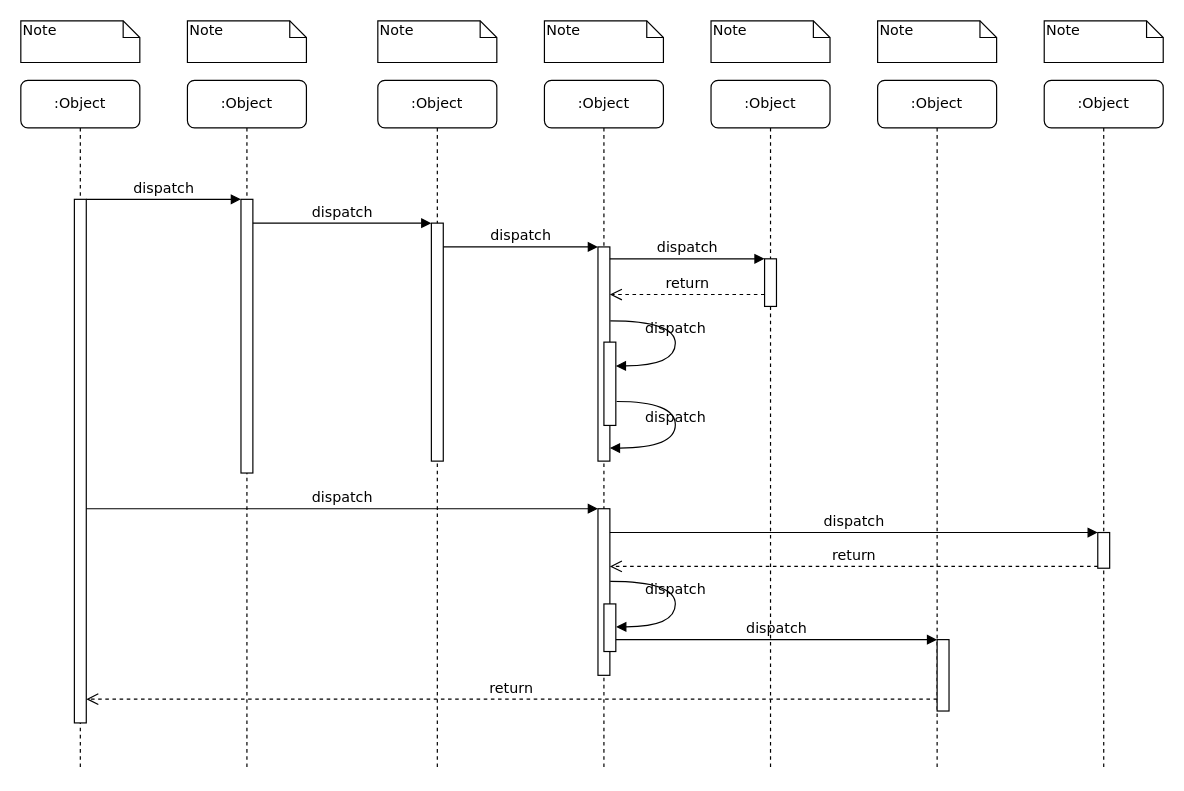
Earlier version of the draw.io diagram Untitled Diagram.drawio (sosogengdongni/wht_k8s). Source tidied: cells renumbered, new cells numbered last; positions are measured from the earlier drawing's top-left corner, leaving out a move shared by most shapes. Both pictures are drawn from the tidied source at 119%, with x=0, y=0 at pixel (20, 20).
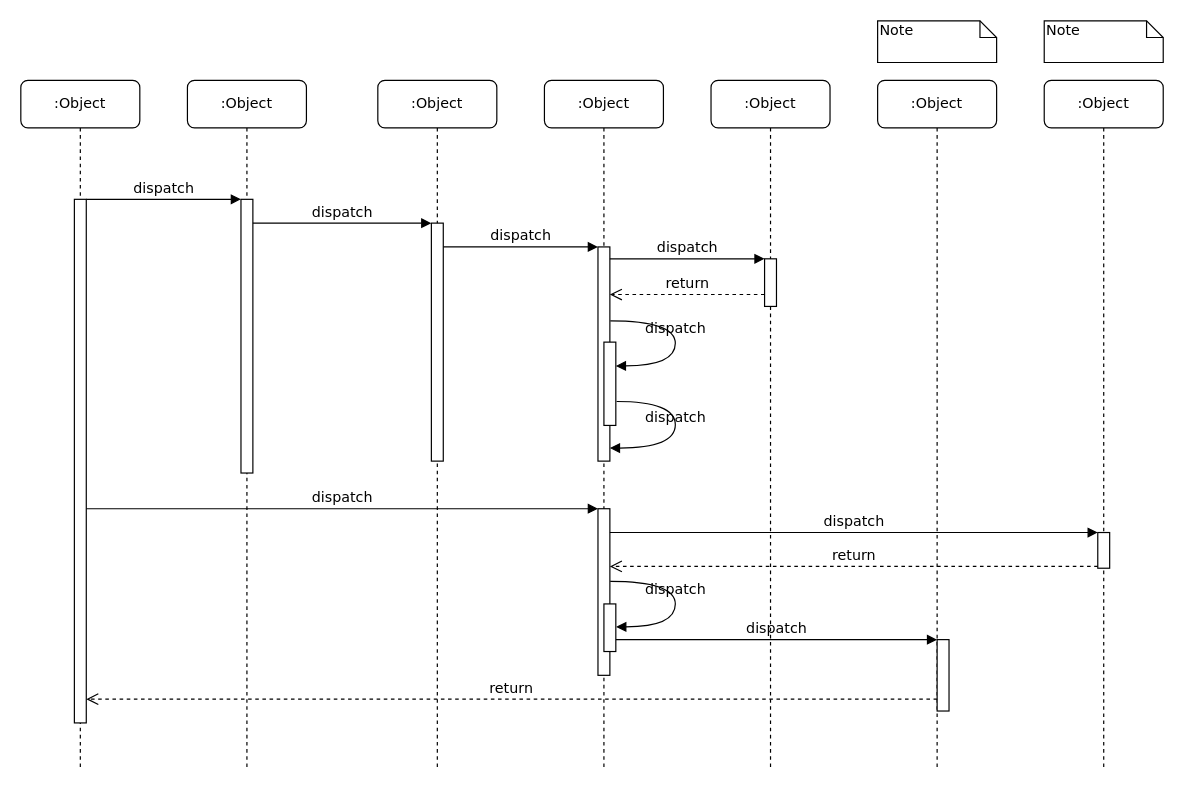
After the change.

What changed in the source:
```diff
@@
-    <mxCell id="32" value="Note" style="shape=note;whiteSpace=wrap;html=1;size=14;verticalAlign=top;align=left;spacingTop=-6;rounded=0;shadow=0;comic=0;labelBackgroundColor=none;strokeWidth=1;fontFamily=Verdana;fontSize=12;" parent="1" vertex="1">
-      <mxGeometry width="100" height="35" as="geometry" />
-    </mxCell>
-    <mxCell id="33" value="Note" style="shape=note;whiteSpace=wrap;html=1;size=14;verticalAlign=top;align=left;spacingTop=-6;rounded=0;shadow=0;comic=0;labelBackgroundColor=none;strokeWidth=1;fontFamily=Verdana;fontSize=12;" parent="1" vertex="1">
-      <mxGeometry x="140" width="100" height="35" as="geometry" />
-    </mxCell>
-    <mxCell id="34" value="Note" style="shape=note;whiteSpace=wrap;html=1;size=14;verticalAlign=top;align=left;spacingTop=-6;rounded=0;shadow=0;comic=0;labelBackgroundColor=none;strokeWidth=1;fontFamily=Verdana;fontSize=12;" parent="1" vertex="1">
-      <mxGeometry x="300" width="100" height="35" as="geometry" />
-    </mxCell>
-    <mxCell id="35" value="Note" style="shape=note;whiteSpace=wrap;html=1;size=14;verticalAlign=top;align=left;spacingTop=-6;rounded=0;shadow=0;comic=0;labelBackgroundColor=none;strokeWidth=1;fontFamily=Verdana;fontSize=12;" parent="1" vertex="1">
-      <mxGeometry x="440" width="100" height="35" as="geometry" />
-    </mxCell>
-    <mxCell id="36" value="Note" style="shape=note;whiteSpace=wrap;html=1;size=14;verticalAlign=top;align=left;spacingTop=-6;rounded=0;shadow=0;comic=0;labelBackgroundColor=none;strokeWidth=1;fontFamily=Verdana;fontSize=12;" parent="1" vertex="1">
-      <mxGeometry x="580" width="100" height="35" as="geometry" />
-    </mxCell>
```
